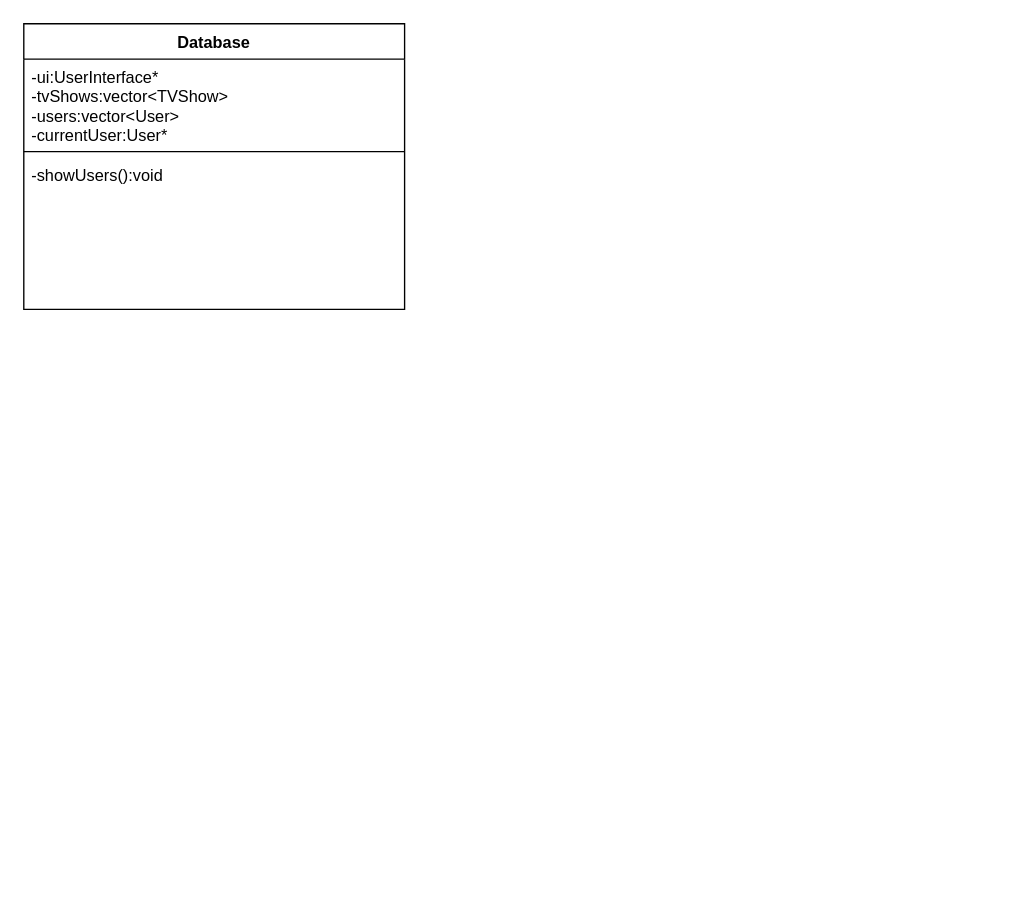
Earlier version of the draw.io diagram Classes.drawio (ThomasCharester/Order16). Source tidied: cells renumbered, new cells numbered last; positions are measured from the earlier drawing's top-left corner, leaving out a move shared by most shapes. Both pictures are drawn from the tidied source at 136%, with x=0, y=0 at pixel (23, 23).
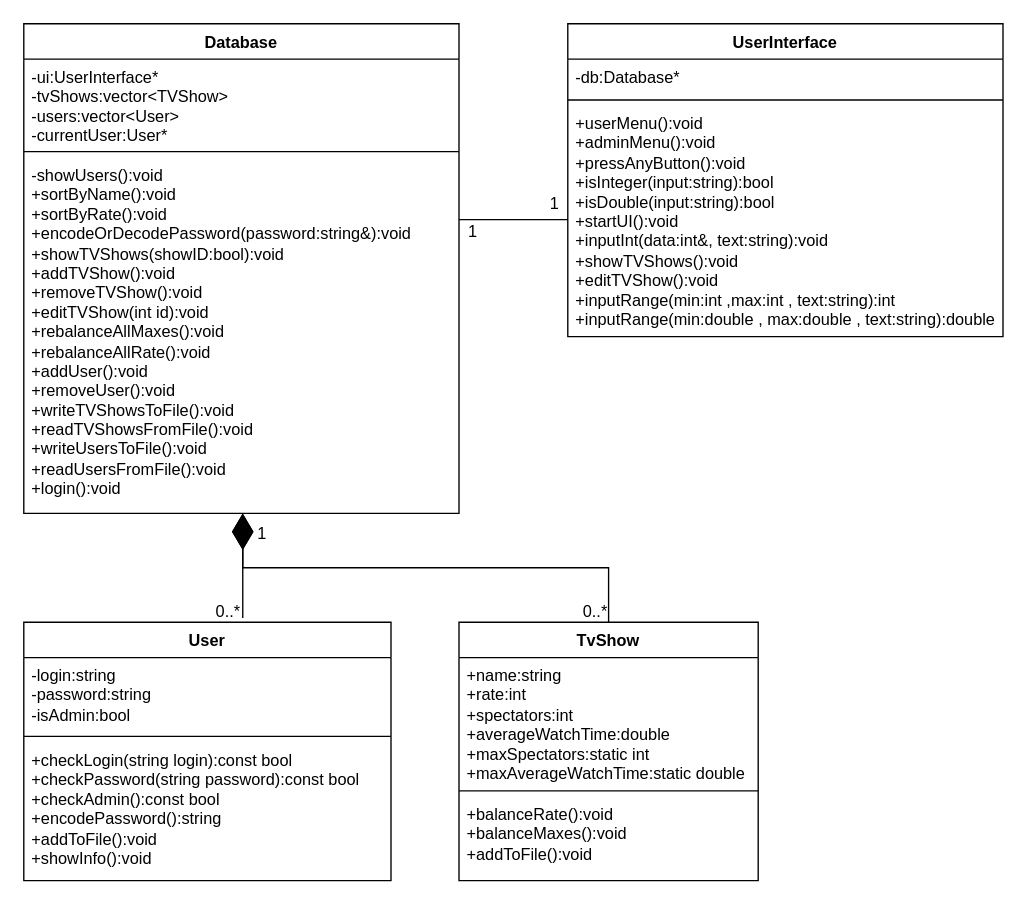
After the change.

Change to the diagram source:
```diff
@@
     <mxCell id="2" value="Database" style="swimlane;fontStyle=1;align=center;verticalAlign=top;horizontal=1;startSize=26;whiteSpace=wrap;html=1;" parent="1" vertex="1">
-      <mxGeometry width="280" height="210" as="geometry" />
+      <mxGeometry width="320" height="360" as="geometry" />
     </mxCell>
     <mxCell id="3" value="&lt;div&gt;&lt;span style=&quot;white-space: normal;&quot;&gt;-ui:&lt;/span&gt;&lt;span style=&quot;background-color: initial;&quot;&gt;UserInterface*&lt;/span&gt;&lt;span style=&quot;background-color: initial;&quot;&gt;&amp;nbsp;&lt;/span&gt;&lt;/div&gt;&lt;div&gt;&lt;span style=&quot;white-space: normal;&quot;&gt;-tvShows:&lt;/span&gt;&lt;span style=&quot;background-color: initial;&quot;&gt;vector&amp;lt;TVShow&amp;gt;&lt;/span&gt;&lt;span style=&quot;background-color: initial;&quot;&gt;&amp;nbsp;&lt;/span&gt;&lt;/div&gt;&lt;div&gt;&lt;span style=&quot;white-space: normal;&quot;&gt;-users:&lt;/span&gt;&lt;span style=&quot;background-color: initial;&quot;&gt;vector&amp;lt;User&amp;gt;&lt;/span&gt;&lt;span style=&quot;background-color: initial;&quot;&gt;&amp;nbsp;&lt;/span&gt;&lt;/div&gt;&lt;div&gt;&lt;span style=&quot;background-color: initial;&quot;&gt;-currentUser:&lt;/span&gt;&lt;span style=&quot;background-color: initial;&quot;&gt;User*&lt;/span&gt;&lt;span style=&quot;background-color: initial;&quot;&gt;&amp;nbsp;&lt;/span&gt;&lt;br&gt;&lt;/div&gt;" style="text;strokeColor=none;fillColor=none;align=left;verticalAlign=top;spacingLeft=4;spacingRight=4;overflow=hidden;whiteSpace=wrap;html=1;" parent="2" vertex="1">
-      <mxGeometry y="26" width="280" height="64" as="geometry" />
+      <mxGeometry y="26" width="320" height="64" as="geometry" />
     </mxCell>
     <mxCell id="4" style="line;strokeWidth=1;fillColor=none;align=left;verticalAlign=middle;spacingTop=-1;spacingLeft=3;spacingRight=3;labelPosition=right;strokeColor=inherit;" parent="2" vertex="1">
-      <mxGeometry y="90" width="280" height="8" as="geometry" />
+      <mxGeometry y="90" width="320" height="8" as="geometry" />
     </mxCell>
-    <mxCell id="5" value="-showUsers():void" style="text;strokeColor=none;fillColor=none;align=left;verticalAlign=top;spacingLeft=4;spacingRight=4;overflow=hidden;points=[[0,0.5],[1,0.5]];portConstraint=eastwest;whiteSpace=wrap;html=1;" parent="2" vertex="1">
-      <mxGeometry y="98" width="280" height="112" as="geometry" />
+    <mxCell id="5" value="-showUsers():void&lt;div&gt;&lt;div&gt;+sortByName():void&lt;/div&gt;&lt;div&gt;+sortByRate()&lt;span style=&quot;background-color: initial;&quot;&gt;:void&lt;/span&gt;&lt;/div&gt;&lt;div&gt;+encodeOrDecodePassword(password:&lt;span style=&quot;background-color: initial;&quot;&gt;string&amp;amp;&lt;/span&gt;&lt;span style=&quot;background-color: initial;&quot;&gt;)&lt;/span&gt;&lt;span style=&quot;background-color: initial;&quot;&gt;:void&lt;/span&gt;&lt;/div&gt;&lt;div&gt;+showTVShows(showID:&lt;span style=&quot;background-color: initial;&quot;&gt;bool&lt;/span&gt;&lt;span style=&quot;background-color: initial;&quot;&gt;)&lt;/span&gt;&lt;span style=&quot;background-color: initial;&quot;&gt;:void&lt;/span&gt;&lt;/div&gt;&lt;div&gt;+addTVShow()&lt;span style=&quot;background-color: initial;&quot;&gt;:void&lt;/span&gt;&lt;/div&gt;&lt;div&gt;+removeTVShow()&lt;span style=&quot;background-color: initial;&quot;&gt;:void&lt;/span&gt;&lt;/div&gt;&lt;div&gt;+editTVShow(int id)&lt;span style=&quot;background-color: initial;&quot;&gt;:void&lt;/span&gt;&lt;/div&gt;&lt;div&gt;+rebalanceAllMaxes()&lt;span style=&quot;background-color: initial;&quot;&gt;:void&lt;/span&gt;&lt;/div&gt;&lt;div&gt;+rebalanceAllRate()&lt;span style=&quot;background-color: initial;&quot;&gt;:void&lt;/span&gt;&lt;/div&gt;&lt;div&gt;+addUser()&lt;span style=&quot;background-color: initial;&quot;&gt;:void&lt;/span&gt;&lt;/div&gt;&lt;div&gt;+removeUser()&lt;span style=&quot;background-color: initial;&quot;&gt;:void&lt;/span&gt;&lt;/div&gt;&lt;div&gt;+writeTVShowsToFile()&lt;span style=&quot;background-color: initial;&quot;&gt;:void&lt;/span&gt;&lt;/div&gt;&lt;div&gt;+readTVShowsFromFile()&lt;span style=&quot;background-color: initial;&quot;&gt;:void&lt;/span&gt;&lt;/div&gt;&lt;div&gt;+writeUsersToFile()&lt;span style=&quot;background-color: initial;&quot;&gt;:void&lt;/span&gt;&lt;/div&gt;&lt;div&gt;+readUsersFromFile()&lt;span style=&quot;background-color: initial;&quot;&gt;:void&lt;/span&gt;&lt;/div&gt;&lt;div&gt;+login()&lt;span style=&quot;background-color: initial;&quot;&gt;:void&lt;/span&gt;&lt;/div&gt;&lt;/div&gt;" style="text;strokeColor=none;fillColor=none;align=left;verticalAlign=top;spacingLeft=4;spacingRight=4;overflow=hidden;points=[[0,0.5],[1,0.5]];portConstraint=eastwest;whiteSpace=wrap;html=1;" parent="2" vertex="1">
+      <mxGeometry y="98" width="320" height="262" as="geometry" />
     </mxCell>
+    <mxCell id="6" value="UserInterface" style="swimlane;fontStyle=1;align=center;verticalAlign=top;horizontal=1;startSize=26;whiteSpace=wrap;html=1;" parent="1" vertex="1">
+      <mxGeometry x="400" width="320" height="230" as="geometry" />
+    </mxCell>
+    <mxCell id="7" value="-db:Database*" style="text;strokeColor=none;fillColor=none;align=left;verticalAlign=top;spacingLeft=4;spacingRight=4;overflow=hidden;whiteSpace=wrap;html=1;" parent="6" vertex="1">
+      <mxGeometry y="26" width="320" height="26" as="geometry" />
+    </mxCell>
+    <mxCell id="8" style="line;strokeWidth=1;fillColor=none;align=left;verticalAlign=middle;spacingTop=-1;spacingLeft=3;spacingRight=3;labelPosition=right;strokeColor=inherit;" parent="6" vertex="1">
+      <mxGeometry y="52" width="320" height="8" as="geometry" />
+    </mxCell>
+    <mxCell id="9" value="&lt;div&gt;+userMenu():&lt;span style=&quot;background-color: initial;&quot;&gt;void&lt;/span&gt;&lt;span style=&quot;background-color: initial;&quot;&gt;&amp;nbsp;&lt;/span&gt;&lt;/div&gt;&lt;div&gt;+adminMenu():&lt;span style=&quot;background-color: initial;&quot;&gt;void&lt;/span&gt;&lt;span style=&quot;background-color: initial;&quot;&gt;&amp;nbsp;&lt;/span&gt;&lt;/div&gt;&lt;div&gt;+pressAnyButton():&lt;span style=&quot;background-color: initial;&quot;&gt;void&lt;/span&gt;&lt;span style=&quot;background-color: initial;&quot;&gt;&amp;nbsp;&lt;/span&gt;&lt;/div&gt;&lt;div&gt;+isInteger(input:&lt;span style=&quot;background-color: initial;&quot;&gt;string&lt;/span&gt;&lt;span style=&quot;background-color: initial;&quot;&gt;):bool&lt;/span&gt;&lt;/div&gt;&lt;div&gt;+isDouble(input:&lt;span style=&quot;background-color: initial;&quot;&gt;string&lt;/span&gt;&lt;span style=&quot;background-color: initial;&quot;&gt;):bool&lt;/span&gt;&lt;/div&gt;&lt;div&gt;+startUI():&lt;span style=&quot;background-color: initial;&quot;&gt;void&lt;/span&gt;&lt;span style=&quot;background-color: initial;&quot;&gt;&amp;nbsp;&lt;/span&gt;&lt;/div&gt;&lt;div&gt;+inputInt(data:&lt;span style=&quot;background-color: initial;&quot;&gt;int&amp;amp;&lt;/span&gt;&lt;span style=&quot;background-color: initial;&quot;&gt;, text:&lt;/span&gt;&lt;span style=&quot;background-color: initial;&quot;&gt;string&lt;/span&gt;&lt;span style=&quot;background-color: initial;&quot;&gt;):&lt;/span&gt;&lt;span style=&quot;background-color: initial;&quot;&gt;void&lt;/span&gt;&lt;span style=&quot;background-color: initial;&quot;&gt;&amp;nbsp;&lt;/span&gt;&lt;/div&gt;&lt;div&gt;+showTVShows():&lt;span style=&quot;background-color: initial;&quot;&gt;void&lt;/span&gt;&lt;span style=&quot;background-color: initial;&quot;&gt;&amp;nbsp;&lt;/span&gt;&lt;/div&gt;&lt;div&gt;+editTVShow():&lt;span style=&quot;background-color: initial;&quot;&gt;void&lt;/span&gt;&lt;span style=&quot;background-color: initial;&quot;&gt;&amp;nbsp;&lt;/span&gt;&lt;/div&gt;&lt;div&gt;+inputRange(min:&lt;span style=&quot;background-color: initial;&quot;&gt;int&lt;/span&gt;&lt;span style=&quot;background-color: initial;&quot;&gt;&amp;nbsp;&lt;/span&gt;&lt;span style=&quot;background-color: initial;&quot;&gt;,max:&lt;/span&gt;&lt;span style=&quot;background-color: initial;&quot;&gt;int&lt;/span&gt;&lt;span style=&quot;background-color: initial;&quot;&gt;&amp;nbsp;&lt;/span&gt;&lt;span style=&quot;background-color: initial;&quot;&gt;, text:&lt;/span&gt;&lt;span style=&quot;background-color: initial;&quot;&gt;string&lt;/span&gt;&lt;span style=&quot;background-color: initial;&quot;&gt;):int&lt;/span&gt;&lt;/div&gt;&lt;div&gt;+inputRange(min:&lt;span style=&quot;background-color: initial;&quot;&gt;double&lt;/span&gt;&lt;span style=&quot;background-color: initial;&quot;&gt;&amp;nbsp;&lt;/span&gt;&lt;span style=&quot;background-color: initial;&quot;&gt;, max:&lt;/span&gt;&lt;span style=&quot;background-color: initial;&quot;&gt;double&lt;/span&gt;&lt;span style=&quot;background-color: initial;&quot;&gt;&amp;nbsp;&lt;/span&gt;&lt;span style=&quot;background-color: initial;&quot;&gt;, text:&lt;/span&gt;&lt;span style=&quot;background-color: initial;&quot;&gt;string&lt;/span&gt;&lt;span style=&quot;background-color: initial;&quot;&gt;):double&lt;/span&gt;&lt;/div&gt;" style="text;strokeColor=none;fillColor=none;align=left;verticalAlign=top;spacingLeft=4;spacingRight=4;overflow=hidden;whiteSpace=wrap;html=1;" parent="6" vertex="1">
+      <mxGeometry y="60" width="320" height="170" as="geometry" />
+    </mxCell>
+    <mxCell id="10" value="User" style="swimlane;fontStyle=1;align=center;verticalAlign=top;horizontal=1;startSize=26;whiteSpace=wrap;html=1;" parent="1" vertex="1">
+      <mxGeometry y="440" width="270" height="190" as="geometry" />
+    </mxCell>
+    <mxCell id="11" value="&lt;div&gt;-login:&lt;span style=&quot;background-color: initial;&quot;&gt;string&lt;/span&gt;&lt;span style=&quot;background-color: initial;&quot;&gt;&amp;nbsp;&lt;/span&gt;&lt;/div&gt;&lt;div&gt;-password:&lt;span style=&quot;background-color: initial;&quot;&gt;string&lt;/span&gt;&lt;span style=&quot;background-color: initial;&quot;&gt;&amp;nbsp;&lt;/span&gt;&lt;/div&gt;&lt;div&gt;-isAdmin:&lt;span style=&quot;background-color: initial;&quot;&gt;bool&lt;/span&gt;&lt;span style=&quot;background-color: initial;&quot;&gt;&amp;nbsp;&lt;/span&gt;&lt;/div&gt;" style="text;strokeColor=none;fillColor=none;align=left;verticalAlign=top;spacingLeft=4;spacingRight=4;overflow=hidden;whiteSpace=wrap;html=1;" parent="10" vertex="1">
+      <mxGeometry y="26" width="270" height="54" as="geometry" />
+    </mxCell>
+    <mxCell id="12" style="line;strokeWidth=1;fillColor=none;align=left;verticalAlign=middle;spacingTop=-1;spacingLeft=3;spacingRight=3;labelPosition=right;strokeColor=inherit;" parent="10" vertex="1">
+      <mxGeometry y="80" width="270" height="8" as="geometry" />
+    </mxCell>
+    <mxCell id="13" value="&lt;div&gt;+checkLogin(string login):&lt;span style=&quot;background-color: initial;&quot;&gt;const bool&lt;/span&gt;&lt;span style=&quot;background-color: initial;&quot;&gt;&amp;nbsp;&lt;/span&gt;&lt;/div&gt;&lt;div&gt;+checkPassword(string password):&lt;span style=&quot;background-color: initial;&quot;&gt;const bool&lt;/span&gt;&lt;span style=&quot;background-color: initial;&quot;&gt;&amp;nbsp;&lt;/span&gt;&lt;/div&gt;&lt;div&gt;+checkAdmin():&lt;span style=&quot;background-color: initial;&quot;&gt;const bool&lt;/span&gt;&lt;span style=&quot;background-color: initial;&quot;&gt;&amp;nbsp;&lt;/span&gt;&lt;/div&gt;&lt;div&gt;+encodePassword():&lt;span style=&quot;background-color: initial;&quot;&gt;string&lt;/span&gt;&lt;span style=&quot;background-color: initial;&quot;&gt;&amp;nbsp;&lt;/span&gt;&lt;/div&gt;&lt;div&gt;+addToFile():&lt;span style=&quot;background-color: initial;&quot;&gt;void&lt;/span&gt;&lt;span style=&quot;background-color: initial;&quot;&gt;&amp;nbsp;&lt;/span&gt;&lt;/div&gt;&lt;div&gt;+showInfo():&lt;span style=&quot;background-color: initial;&quot;&gt;void&lt;/span&gt;&lt;span style=&quot;background-color: initial;&quot;&gt;&amp;nbsp;&lt;/span&gt;&lt;/div&gt;" style="text;strokeColor=none;fillColor=none;align=left;verticalAlign=top;spacingLeft=4;spacingRight=4;overflow=hidden;whiteSpace=wrap;html=1;" parent="10" vertex="1">
+      <mxGeometry y="88" width="270" height="102" as="geometry" />
+    </mxCell>
+    <mxCell id="14" value="TvShow" style="swimlane;fontStyle=1;align=center;verticalAlign=top;horizontal=1;startSize=26;whiteSpace=wrap;html=1;" parent="1" vertex="1">
+      <mxGeometry x="320" y="440" width="220" height="190" as="geometry" />
+    </mxCell>
+    <mxCell id="15" value="&lt;div&gt;+name:string&lt;/div&gt;&lt;div&gt;+rate:&lt;span style=&quot;background-color: initial;&quot;&gt;int&lt;/span&gt;&lt;span style=&quot;background-color: initial;&quot;&gt;&amp;nbsp;&lt;/span&gt;&lt;/div&gt;&lt;div&gt;+spectators:&lt;span style=&quot;background-color: initial;&quot;&gt;int&lt;/span&gt;&lt;span style=&quot;background-color: initial;&quot;&gt;&amp;nbsp;&lt;/span&gt;&lt;/div&gt;&lt;div&gt;+averageWatchTime:&lt;span style=&quot;background-color: initial;&quot;&gt;double&lt;/span&gt;&lt;span style=&quot;background-color: initial;&quot;&gt;&amp;nbsp;&lt;/span&gt;&lt;/div&gt;&lt;div&gt;+maxSpectators:&lt;span style=&quot;background-color: initial;&quot;&gt;static int&lt;/span&gt;&lt;span style=&quot;background-color: initial;&quot;&gt;&amp;nbsp;&lt;/span&gt;&lt;/div&gt;&lt;div&gt;+maxAverageWatchTime:&lt;span style=&quot;background-color: initial;&quot;&gt;static double&lt;/span&gt;&lt;span style=&quot;background-color: initial;&quot;&gt;&amp;nbsp;&lt;/span&gt;&lt;/div&gt;" style="text;strokeColor=none;fillColor=none;align=left;verticalAlign=top;spacingLeft=4;spacingRight=4;overflow=hidden;whiteSpace=wrap;html=1;" parent="14" vertex="1">
+      <mxGeometry y="26" width="220" height="94" as="geometry" />
+    </mxCell>
+    <mxCell id="16" style="line;strokeWidth=1;fillColor=none;align=left;verticalAlign=middle;spacingTop=-1;spacingLeft=3;spacingRight=3;labelPosition=right;strokeColor=inherit;" parent="14" vertex="1">
+      <mxGeometry y="120" width="220" height="8" as="geometry" />
+    </mxCell>
+    <mxCell id="17" value="&lt;div&gt;+balanceRate():&lt;span style=&quot;background-color: initial;&quot;&gt;void&lt;/span&gt;&lt;span style=&quot;background-color: initial;&quot;&gt;&amp;nbsp;&lt;/span&gt;&lt;span style=&quot;background-color: initial;&quot;&gt;&amp;nbsp;&lt;/span&gt;&lt;/div&gt;&lt;div&gt;+balanceMaxes():&lt;span style=&quot;background-color: initial;&quot;&gt;void&lt;/span&gt;&lt;span style=&quot;background-color: initial;&quot;&gt;&amp;nbsp;&lt;/span&gt;&lt;/div&gt;&lt;div&gt;+addToFile():&lt;span style=&quot;background-color: initial;&quot;&gt;void&lt;/span&gt;&lt;span style=&quot;background-color: initial;&quot;&gt;&amp;nbsp;&lt;/span&gt;&lt;/div&gt;" style="text;strokeColor=none;fillColor=none;align=left;verticalAlign=top;spacingLeft=4;spacingRight=4;overflow=hidden;whiteSpace=wrap;html=1;" parent="14" vertex="1">
+      <mxGeometry y="128" width="220" height="62" as="geometry" />
+    </mxCell>
+    <mxCell id="18" style="endArrow=diamondThin;endFill=1;endSize=24;html=1;rounded=0;exitX=0.596;exitY=-0.016;exitDx=0;exitDy=0;exitPerimeter=0;" parent="1" edge="1">
+      <mxGeometry relative="1" as="geometry">
+        <mxPoint x="161" y="437" as="sourcePoint" />
+        <mxPoint x="161" y="360" as="targetPoint" />
+      </mxGeometry>
+    </mxCell>
+    <mxCell id="19" style="endArrow=diamondThin;endFill=1;endSize=24;html=1;rounded=0;exitX=0.5;exitY=0;exitDx=0;exitDy=0;entryX=0.503;entryY=1;entryDx=0;entryDy=0;entryPerimeter=0;" parent="1" edge="1" source="14" target="5">
+      <mxGeometry relative="1" as="geometry">
+        <Array as="points">
+          <mxPoint x="430" y="400" />
+          <mxPoint x="161" y="400" />
+        </Array>
+      </mxGeometry>
+    </mxCell>
+    <mxCell id="20" value="1" style="text;html=1;align=center;verticalAlign=middle;strokeColor=none;fillColor=none;" parent="1" vertex="1">
+      <mxGeometry x="160" y="360" width="30" height="30" as="geometry" />
+    </mxCell>
+    <mxCell id="21" value="0..*" style="text;html=1;align=center;verticalAlign=middle;strokeColor=none;fillColor=none;" parent="1" vertex="1">
+      <mxGeometry x="130" y="418" width="40" height="30" as="geometry" />
+    </mxCell>
+    <mxCell id="22" value="0..*" style="text;html=1;align=center;verticalAlign=middle;strokeColor=none;fillColor=none;" parent="1" vertex="1">
+      <mxGeometry x="400" y="418" width="40" height="30" as="geometry" />
+    </mxCell>
+    <mxCell id="23" style="line;strokeWidth=1;fillColor=none;align=left;verticalAlign=middle;spacingTop=-1;spacingLeft=3;spacingRight=3;labelPosition=right;strokeColor=inherit;" parent="1" vertex="1">
+      <mxGeometry x="320" y="140" width="80" height="8" as="geometry" />
+    </mxCell>
+    <mxCell id="24" value="1" style="text;html=1;align=center;verticalAlign=middle;strokeColor=none;fillColor=none;" parent="1" vertex="1">
+      <mxGeometry x="315" y="138" width="30" height="30" as="geometry" />
+    </mxCell>
+    <mxCell id="25" value="1" style="text;html=1;align=center;verticalAlign=middle;strokeColor=none;fillColor=none;" parent="1" vertex="1">
+      <mxGeometry x="375" y="118" width="30" height="30" as="geometry" />
+    </mxCell>
```
